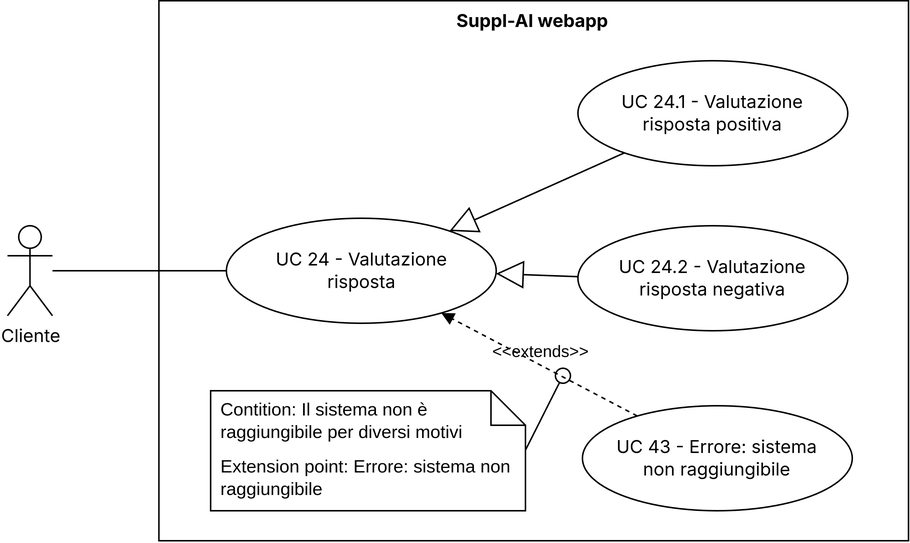
The draw.io diagram 3 - PB/imgs/uc24.png in CodeHex16/documentazione, before a commit. Source tidied: cells renumbered, new cells last; positions are measured from the earlier drawing's top-left corner, leaving out a move shared by most shapes. The source it was exported from:
```xml
<mxGraphModel>
  <root>
    <mxCell id="0" />
    <mxCell id="1" parent="0" />
    <mxCell id="2" value="Cliente" style="shape=umlActor;verticalLabelPosition=bottom;verticalAlign=top;html=1;outlineConnect=0;fontFamily=Inter;" parent="1" vertex="1">
      <mxGeometry x="-0.5" y="150" width="30" height="60" as="geometry" />
    </mxCell>
    <mxCell id="3" value="Suppl-AI webapp" style="shape=rect;html=1;verticalAlign=top;fontStyle=1;whiteSpace=wrap;align=center;fontFamily=Inter;" parent="1" vertex="1">
      <mxGeometry x="100.5" width="500" height="360" as="geometry" />
    </mxCell>
    <mxCell id="4" value="UC 24 - Valutazione&lt;br&gt;risposta" style="ellipse;whiteSpace=wrap;html=1;fontFamily=Inter;" parent="1" vertex="1">
      <mxGeometry x="145.5" y="145" width="180" height="70" as="geometry" />
    </mxCell>
    <mxCell id="5" value="UC 24.1 - Valutazione&lt;br&gt;risposta positiva" style="ellipse;whiteSpace=wrap;html=1;fontFamily=Inter;" parent="1" vertex="1">
      <mxGeometry x="380" y="40" width="180" height="70" as="geometry" />
    </mxCell>
    <mxCell id="6" style="endArrow=none;html=1;rounded=0;" parent="1" edge="1" source="2" target="4">
      <mxGeometry relative="1" as="geometry" />
    </mxCell>
    <mxCell id="7" value="UC 24.2 - Valutazione &lt;br&gt;risposta negativa" style="ellipse;whiteSpace=wrap;html=1;fontFamily=Inter;" parent="1" vertex="1">
      <mxGeometry x="380" y="150" width="180" height="70" as="geometry" />
    </mxCell>
    <mxCell id="8" style="endArrow=block;endSize=16;endFill=0;html=1;rounded=0;" parent="1" edge="1" source="5" target="4">
      <mxGeometry relative="1" as="geometry" />
    </mxCell>
    <mxCell id="9" style="endArrow=block;endSize=16;endFill=0;html=1;rounded=0;" parent="1" edge="1" source="7" target="4">
      <mxGeometry relative="1" as="geometry" />
    </mxCell>
    <mxCell id="10" value="UC 43 - Errore: sistema &lt;br&gt;non raggiungibile" style="ellipse;whiteSpace=wrap;html=1;fontFamily=Inter;" parent="1" vertex="1">
      <mxGeometry x="383" y="270" width="180" height="70" as="geometry" />
    </mxCell>
    <mxCell id="11" value="&amp;lt;&amp;lt;extends&amp;gt;&amp;gt;" style="html=1;verticalAlign=bottom;labelBackgroundColor=none;endArrow=block;endFill=1;dashed=1;rounded=0;" parent="1" edge="1" source="10" target="4">
      <mxGeometry relative="1" as="geometry" />
    </mxCell>
    <mxCell id="12" style="endArrow=oval;html=1;rounded=0;endFill=0;endSize=10;exitX=0.995;exitY=0.521;exitDx=0;exitDy=0;exitPerimeter=0;" parent="1" edge="1" source="13">
      <mxGeometry relative="1" as="geometry">
        <mxPoint x="370" y="250" as="targetPoint" />
      </mxGeometry>
    </mxCell>
    <mxCell id="13" value="&lt;br&gt;Extension point: Errore: sistema non raggiungibile" style="shape=note2;boundedLbl=1;whiteSpace=wrap;html=1;size=23;verticalAlign=top;align=left;spacingLeft=5;" parent="1" vertex="1">
      <mxGeometry x="135" y="260" width="210" height="80" as="geometry" />
    </mxCell>
    <mxCell id="14" value="&lt;span style=&quot;text-align: center;&quot;&gt;Contition: Il sistema non è raggiungibile per diversi motivi&lt;/span&gt;" style="strokeColor=none;fillColor=none;align=left;spacingLeft=5;whiteSpace=wrap;html=1;" parent="13" vertex="1">
      <mxGeometry width="210" height="40" relative="1" as="geometry" />
    </mxCell>
    <mxCell id="15" style="edgeStyle=orthogonalEdgeStyle;rounded=0;orthogonalLoop=1;jettySize=auto;html=1;exitX=0.5;exitY=1;exitDx=0;exitDy=0;" parent="13" edge="1" source="14" target="14">
      <mxGeometry relative="1" as="geometry" />
    </mxCell>
  </root>
</mxGraphModel>
```
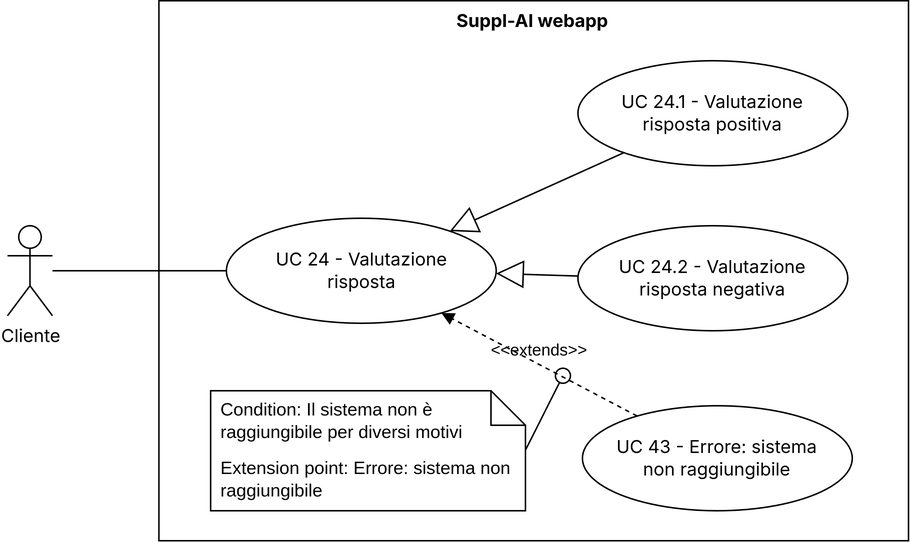
After the change.

Change to the diagram source:
```diff
@@ -40,7 +40,7 @@
     <mxCell id="13" value="&lt;br&gt;Extension point: Errore: sistema non raggiungibile" style="shape=note2;boundedLbl=1;whiteSpace=wrap;html=1;size=23;verticalAlign=top;align=left;spacingLeft=5;" parent="1" vertex="1">
       <mxGeometry x="135" y="260" width="210" height="80" as="geometry" />
     </mxCell>
-    <mxCell id="14" value="&lt;span style=&quot;text-align: center;&quot;&gt;Contition: Il sistema non è raggiungibile per diversi motivi&lt;/span&gt;" style="strokeColor=none;fillColor=none;align=left;spacingLeft=5;whiteSpace=wrap;html=1;" parent="13" vertex="1">
+    <mxCell id="14" value="&lt;span style=&quot;text-align: center;&quot;&gt;Condition&lt;/span&gt;&lt;span style=&quot;text-align: center;&quot;&gt;: Il sistema non è raggiungibile per diversi motivi&lt;/span&gt;" style="strokeColor=none;fillColor=none;align=left;spacingLeft=5;whiteSpace=wrap;html=1;" parent="13" vertex="1">
       <mxGeometry width="210" height="40" relative="1" as="geometry" />
     </mxCell>
     <mxCell id="15" style="edgeStyle=orthogonalEdgeStyle;rounded=0;orthogonalLoop=1;jettySize=auto;html=1;exitX=0.5;exitY=1;exitDx=0;exitDy=0;" parent="13" edge="1" source="14" target="14">
```
